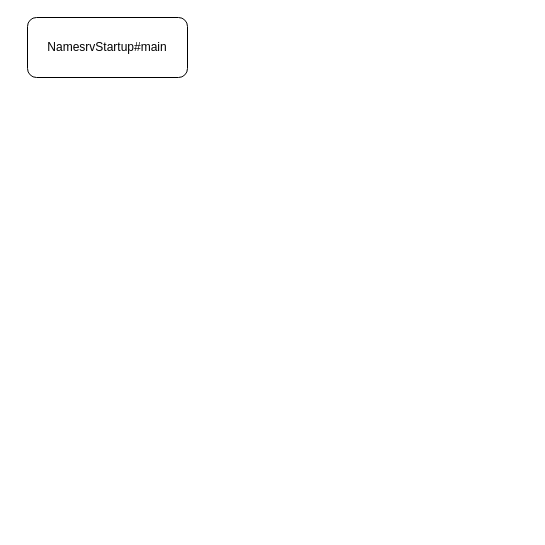
Earlier version of the draw.io diagram rocketmq/nameserver启动流程.drawio (erlieStar/diagrams). Source tidied: cells renumbered, new cells numbered last; positions are measured from the earlier drawing's top-left corner, leaving out a move shared by most shapes. Both pictures are drawn from the tidied source at 100%, with x=0, y=0 at pixel (27, 17).
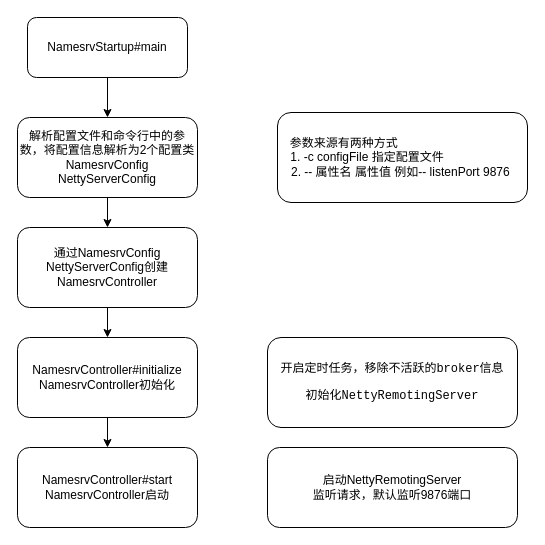
After the change.

What changed in the source:
```diff
@@
 <mxGraphModel>
   <root>
     <mxCell id="0" />
     <mxCell id="1" parent="0" />
+    <mxCell id="3" style="edgeStyle=orthogonalEdgeStyle;rounded=0;jettySize=auto;html=1;" parent="1" edge="1" source="2" target="5">
+      <mxGeometry relative="1" as="geometry" />
+    </mxCell>
     <mxCell id="2" value="NamesrvStartup#main" style="rounded=1;whiteSpace=wrap;html=1;" parent="1" vertex="1">
       <mxGeometry width="160" height="60" as="geometry" />
     </mxCell>
+    <mxCell id="4" style="edgeStyle=orthogonalEdgeStyle;rounded=0;jettySize=auto;html=1;entryX=0.5;entryY=0;entryDx=0;entryDy=0;" parent="1" edge="1" source="5" target="9">
+      <mxGeometry relative="1" as="geometry" />
+    </mxCell>
+    <mxCell id="5" value="解析配置文件和命令行中的参数，将配置信息解析为2个配置类NamesrvConfig&lt;br&gt;NettyServerConfig" style="rounded=1;whiteSpace=wrap;html=1;" parent="1" vertex="1">
+      <mxGeometry x="-10" y="100" width="180" height="80" as="geometry" />
+    </mxCell>
+    <mxCell id="6" style="edgeStyle=orthogonalEdgeStyle;rounded=0;jettySize=auto;html=1;exitX=0.5;exitY=1;exitDx=0;exitDy=0;entryX=0.5;entryY=0;entryDx=0;entryDy=0;" parent="1" edge="1" source="7" target="10">
+      <mxGeometry relative="1" as="geometry" />
+    </mxCell>
+    <mxCell id="7" value="NamesrvController#initialize&lt;br&gt;NamesrvController初始化" style="rounded=1;whiteSpace=wrap;html=1;" parent="1" vertex="1">
+      <mxGeometry x="-10" y="320" width="180" height="80" as="geometry" />
+    </mxCell>
+    <mxCell id="8" style="edgeStyle=orthogonalEdgeStyle;rounded=0;jettySize=auto;html=1;entryX=0.5;entryY=0;entryDx=0;entryDy=0;" parent="1" edge="1" source="9" target="7">
+      <mxGeometry relative="1" as="geometry" />
+    </mxCell>
+    <mxCell id="9" value="通过NamesrvConfig&lt;br&gt;NettyServerConfig创建&lt;span&gt;NamesrvController&lt;/span&gt;" style="rounded=1;whiteSpace=wrap;html=1;" parent="1" vertex="1">
+      <mxGeometry x="-10" y="210" width="180" height="80" as="geometry" />
+    </mxCell>
+    <mxCell id="10" value="NamesrvController#start&lt;br&gt;NamesrvController启动" style="rounded=1;whiteSpace=wrap;html=1;" parent="1" vertex="1">
+      <mxGeometry x="-10" y="430" width="180" height="80" as="geometry" />
+    </mxCell>
+    <mxCell id="11" value="&lt;span&gt;参数来源有两种方式&amp;nbsp; &amp;nbsp; &amp;nbsp; &amp;nbsp; &amp;nbsp; &amp;nbsp; &amp;nbsp; &amp;nbsp; &amp;nbsp; &amp;nbsp; &amp;nbsp; &amp;nbsp; &amp;nbsp; &amp;nbsp; &amp;nbsp; &amp;nbsp; &amp;nbsp; &amp;nbsp;&lt;/span&gt;&lt;br&gt;&lt;span&gt;1. -c configFile 指定配置文件&amp;nbsp; &amp;nbsp; &amp;nbsp; &amp;nbsp; &amp;nbsp; &amp;nbsp; &amp;nbsp; &amp;nbsp; &amp;nbsp; &amp;nbsp; &amp;nbsp;&lt;/span&gt;&lt;br&gt;&lt;span&gt;2. -- 属性名 属性值 例如-- listenPort 9876&lt;/span&gt;&lt;span&gt;&amp;nbsp;&lt;/span&gt;" style="rounded=1;whiteSpace=wrap;html=1;" parent="1" vertex="1">
+      <mxGeometry x="250" y="95" width="250" height="90" as="geometry" />
+    </mxCell>
+    <mxCell id="12" value="&lt;pre&gt;开启定时任务，移除不活跃的broker信息&lt;/pre&gt;&lt;pre&gt;初始化NettyRemotingServer&lt;/pre&gt;" style="rounded=1;whiteSpace=wrap;html=1;" parent="1" vertex="1">
+      <mxGeometry x="240" y="320" width="250" height="90" as="geometry" />
+    </mxCell>
+    <mxCell id="13" value="启动NettyRemotingServer&lt;br&gt;监听请求，默认监听9876端口" style="rounded=1;whiteSpace=wrap;html=1;" parent="1" vertex="1">
+      <mxGeometry x="240" y="430" width="250" height="80" as="geometry" />
+    </mxCell>
   </root>
 </mxGraphModel>
```
